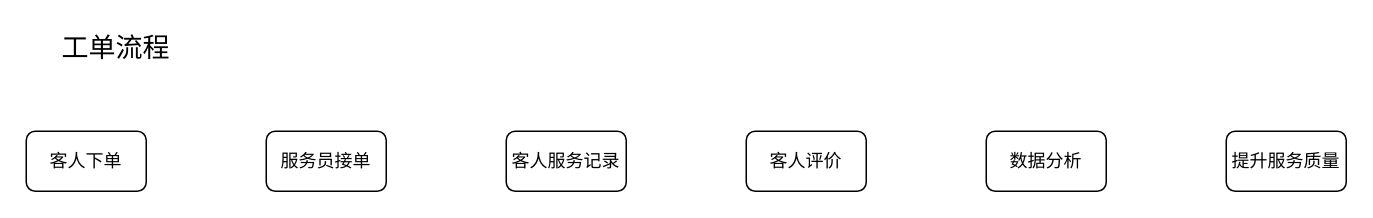
This is xzzh/服务管家培训讲解流程图.drawio from daniel-7d/draw, a draw.io file, before an edit. Source tidied: cells renumbered, new cells numbered last; positions are measured from the earlier drawing's top-left corner, leaving out a move shared by most shapes. Both pictures are drawn from the tidied source at 150%, with x=0, y=0 at pixel (26, 26).
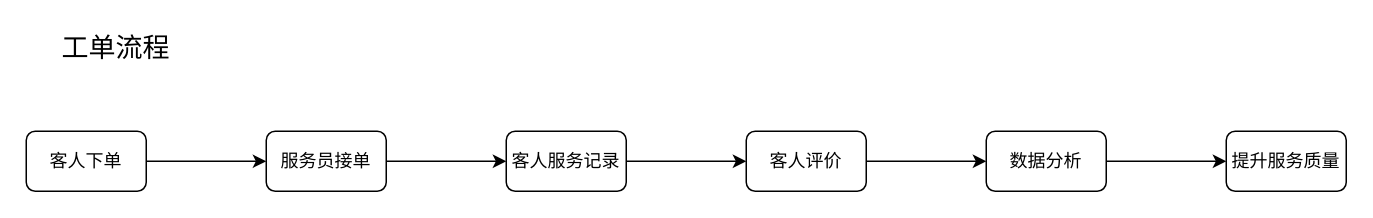
Above is the later version.

Commit message (it also covers changes not shown here):
更新服务管家培训讲解流程图.drawio

What changed in the source:
```diff
@@
 <mxGraphModel>
   <root>
     <mxCell id="0" />
     <mxCell id="1" parent="0" />
+    <mxCell id="9" style="edgeStyle=orthogonalEdgeStyle;rounded=0;jettySize=auto;html=1;exitX=1;exitY=0.5;exitDx=0;exitDy=0;" parent="1" edge="1" source="2" target="4">
+      <mxGeometry relative="1" as="geometry" />
+    </mxCell>
     <mxCell id="2" value="客人下单" style="rounded=1;whiteSpace=wrap;html=1;" parent="1" vertex="1">
       <mxGeometry y="70" width="80" height="40" as="geometry" />
     </mxCell>
     <mxCell id="3" value="&lt;font style=&quot;font-size: 18px;&quot;&gt;工单流程&lt;/font&gt;" style="text;html=1;strokeColor=none;fillColor=none;align=center;verticalAlign=middle;whiteSpace=wrap;rounded=0;" parent="1" vertex="1">
       <mxGeometry x="10" width="100" height="30" as="geometry" />
     </mxCell>
+    <mxCell id="10" style="edgeStyle=orthogonalEdgeStyle;rounded=0;jettySize=auto;html=1;exitX=1;exitY=0.5;exitDx=0;exitDy=0;entryX=0;entryY=0.5;entryDx=0;entryDy=0;" parent="1" edge="1" source="4" target="5">
+      <mxGeometry relative="1" as="geometry" />
+    </mxCell>
     <mxCell id="4" value="服务员接单" style="rounded=1;whiteSpace=wrap;html=1;" parent="1" vertex="1">
       <mxGeometry x="160" y="70" width="80" height="40" as="geometry" />
     </mxCell>
+    <mxCell id="11" style="edgeStyle=orthogonalEdgeStyle;rounded=0;jettySize=auto;html=1;exitX=1;exitY=0.5;exitDx=0;exitDy=0;" parent="1" edge="1" source="5" target="6">
+      <mxGeometry relative="1" as="geometry" />
+    </mxCell>
     <mxCell id="5" value="客人服务记录" style="rounded=1;whiteSpace=wrap;html=1;" parent="1" vertex="1">
       <mxGeometry x="320" y="70" width="80" height="40" as="geometry" />
     </mxCell>
+    <mxCell id="12" style="edgeStyle=orthogonalEdgeStyle;rounded=0;jettySize=auto;html=1;exitX=1;exitY=0.5;exitDx=0;exitDy=0;entryX=0;entryY=0.5;entryDx=0;entryDy=0;" parent="1" edge="1" source="6" target="7">
+      <mxGeometry relative="1" as="geometry" />
+    </mxCell>
     <mxCell id="6" value="客人评价" style="rounded=1;whiteSpace=wrap;html=1;" parent="1" vertex="1">
       <mxGeometry x="480" y="70" width="80" height="40" as="geometry" />
     </mxCell>
+    <mxCell id="13" style="edgeStyle=orthogonalEdgeStyle;rounded=0;jettySize=auto;html=1;exitX=1;exitY=0.5;exitDx=0;exitDy=0;entryX=0;entryY=0.5;entryDx=0;entryDy=0;" parent="1" edge="1" source="7" target="8">
+      <mxGeometry relative="1" as="geometry" />
+    </mxCell>
     <mxCell id="7" value="数据分析" style="rounded=1;whiteSpace=wrap;html=1;" parent="1" vertex="1">
       <mxGeometry x="640" y="70" width="80" height="40" as="geometry" />
     </mxCell>
     <mxCell id="8" value="提升服务质量" style="rounded=1;whiteSpace=wrap;html=1;" parent="1" vertex="1">
       <mxGeometry x="800" y="70" width="80" height="40" as="geometry" />
     </mxCell>
   </root>
 </mxGraphModel>
```
